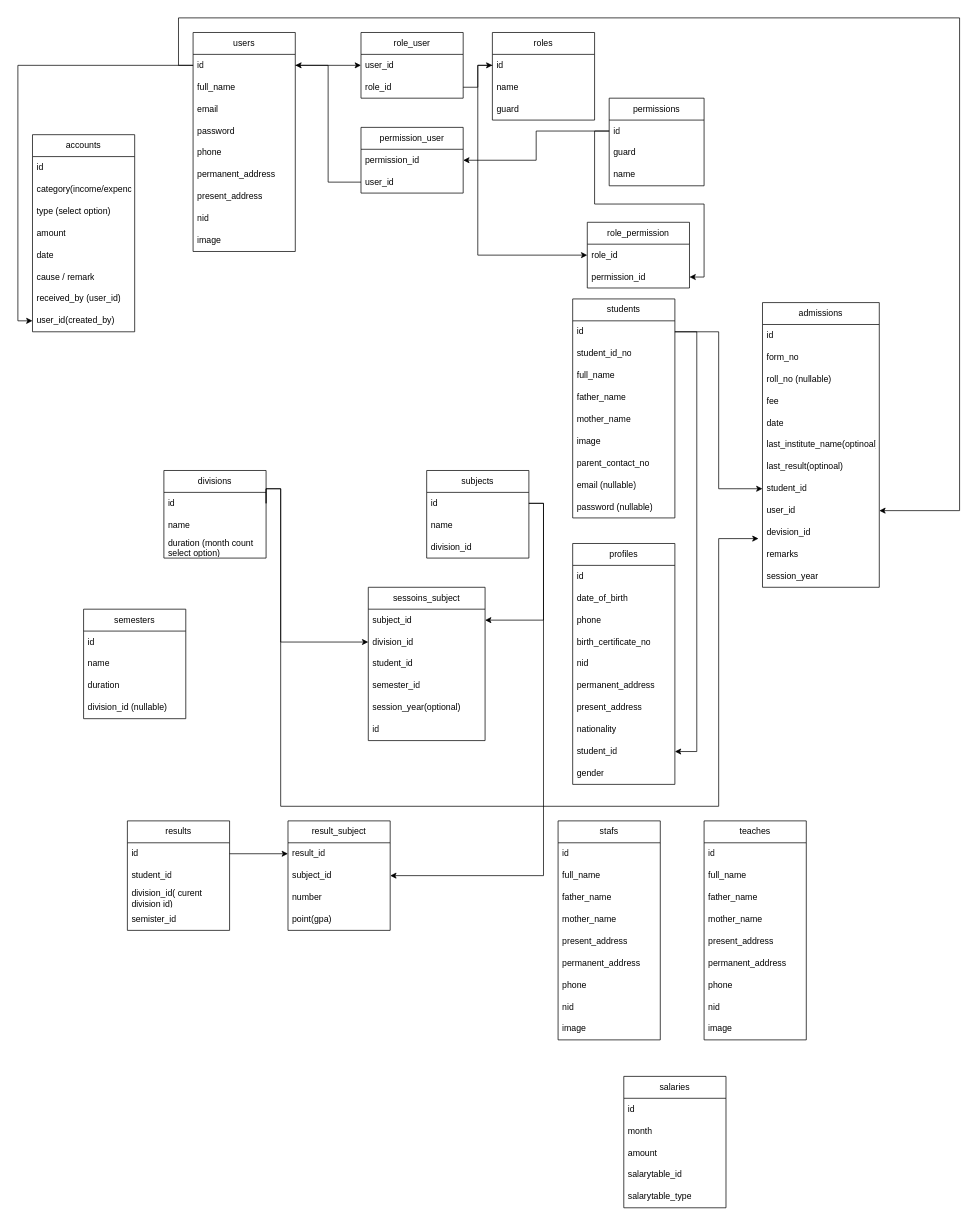
asifmics/javascript keeps this draw.io diagram as Untitled Diagram.drawio. Above is the earlier version. Source tidied: cells renumbered, new cells numbered last; positions are measured from the earlier drawing's top-left corner, leaving out a move shared by most shapes. Both pictures are drawn from the tidied source at 73%, with x=0, y=0 at pixel (32, 18).
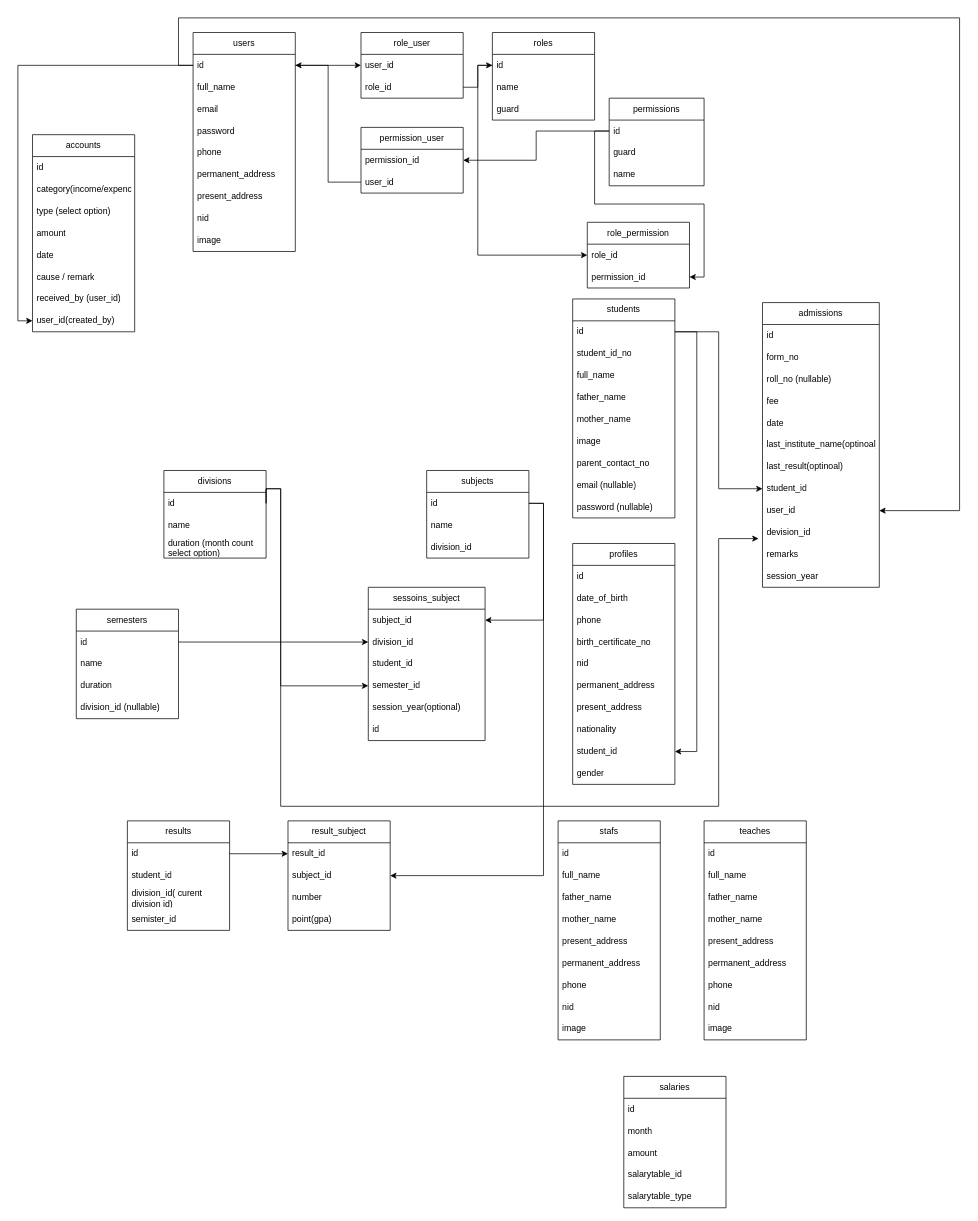
Above is the later version.

Unchanged cells that the change refers to:
```xml
<mxCell id="57" value="semester_id" style="text;strokeColor=none;fillColor=none;align=left;verticalAlign=middle;spacingLeft=4;spacingRight=4;overflow=hidden;points=[[0,0.5],[1,0.5]];portConstraint=eastwest;whiteSpace=wrap;html=1;" parent="53" vertex="1">
  <mxGeometry y="120" width="160" height="30" as="geometry" />
</mxCell>
<mxCell id="139" value="id" style="text;strokeColor=none;fillColor=none;align=left;verticalAlign=middle;spacingLeft=4;spacingRight=4;overflow=hidden;points=[[0,0.5],[1,0.5]];portConstraint=eastwest;whiteSpace=wrap;html=1;" parent="138" vertex="1">
  <mxGeometry y="30" width="140" height="30" as="geometry" />
</mxCell>
```

What changed in the source:
```diff
@@
     <mxCell id="138" value="semesters" style="swimlane;fontStyle=0;horizontal=1;startSize=30;whiteSpace=wrap;html=1;" parent="1" vertex="1">
-      <mxGeometry x="70" y="810" width="140" height="150" as="geometry" />
+      <mxGeometry x="60" y="810" width="140" height="150" as="geometry" />
     </mxCell>
@@
+    <mxCell id="143" style="edgeStyle=orthogonalEdgeStyle;rounded=0;jettySize=auto;html=1;exitX=1;exitY=0.5;exitDx=0;exitDy=0;entryX=0;entryY=0.5;entryDx=0;entryDy=0;" parent="1" edge="1" source="139" target="57">
+      <mxGeometry relative="1" as="geometry">
+        <Array as="points">
+          <mxPoint x="340" y="855" />
+          <mxPoint x="340" y="915" />
+        </Array>
+      </mxGeometry>
+    </mxCell>
```
